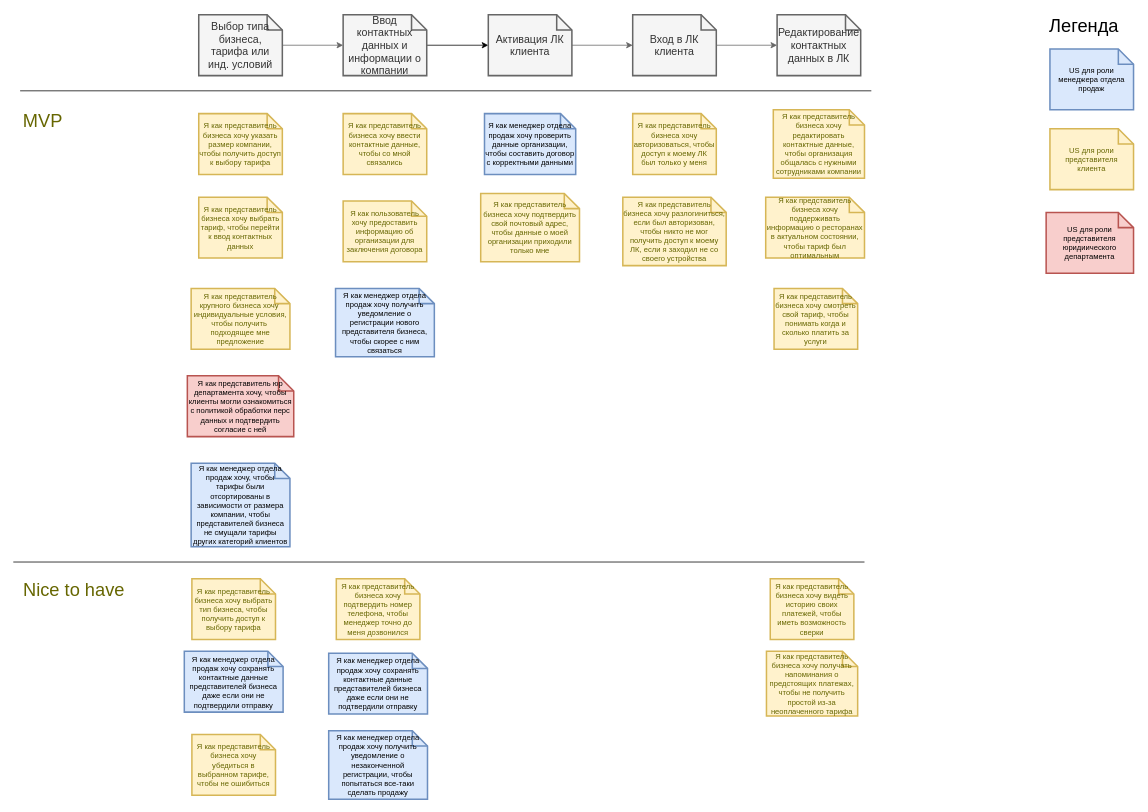
The draw.io diagram src/us-registration.drawio in indeec05/course__final, before the edit. Source tidied: cells renumbered, new cells numbered last; positions are measured from the earlier drawing's top-left corner, leaving out a move shared by most shapes. Both pictures are drawn from the tidied source at 76%, with x=0, y=0 at pixel (13, 14).
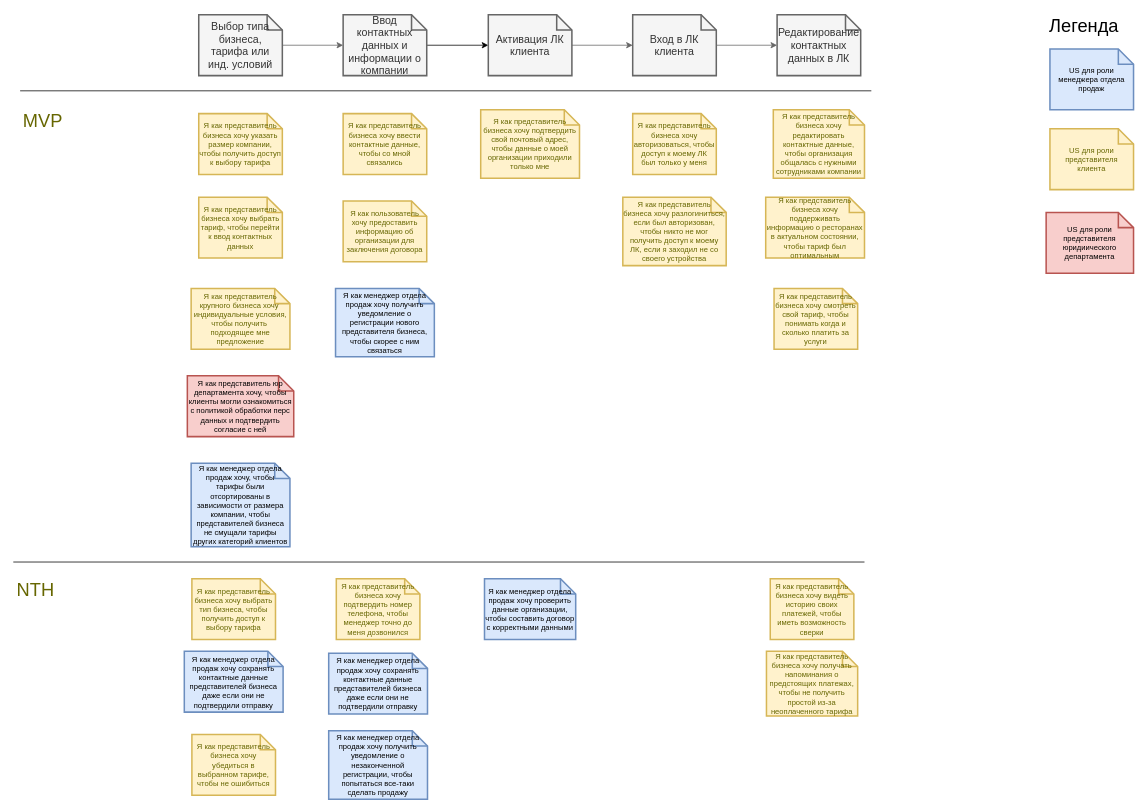
The same page after the edit.

Change to the diagram source:
```diff
@@
     <mxCell id="18" value="Я как представитель бизнеса хочу подтвердить свой почтовый адрес, чтобы данные о моей организации приходили только мне" style="shape=note;strokeWidth=2;fontSize=10;size=20;whiteSpace=wrap;fillColor=#fff2cc;strokeColor=#d6b656;fontColor=#666600;html=1;" parent="1" vertex="1">
-      <mxGeometry x="615" y="235" width="130" height="90" as="geometry" />
+      <mxGeometry x="615" y="125" width="130" height="90" as="geometry" />
     </mxCell>
@@
     <mxCell id="22" value="Я как менеджер отдела продаж хочу проверить данные организации, чтобы составить договор с корректными данными" style="shape=note;strokeWidth=2;fontSize=10;size=20;whiteSpace=wrap;fillColor=#dae8fc;strokeColor=#6c8ebf;html=1;" parent="1" vertex="1">
-      <mxGeometry x="620" y="130" width="120" height="80" as="geometry" />
+      <mxGeometry x="620" y="742" width="120" height="80" as="geometry" />
     </mxCell>
@@
-    <mxCell id="32" value="Nice to have" style="text;html=1;strokeColor=none;fillColor=none;align=center;verticalAlign=middle;whiteSpace=wrap;rounded=0;fontColor=#666600;fontSize=24;" parent="1" vertex="1">
-      <mxGeometry y="742" width="160" height="30" as="geometry" />
+    <mxCell id="32" value="NTH" style="text;html=1;strokeColor=none;fillColor=none;align=center;verticalAlign=middle;whiteSpace=wrap;rounded=0;fontColor=#666600;fontSize=24;" parent="1" vertex="1">
+      <mxGeometry y="742" width="59" height="30" as="geometry" />
     </mxCell>
```
